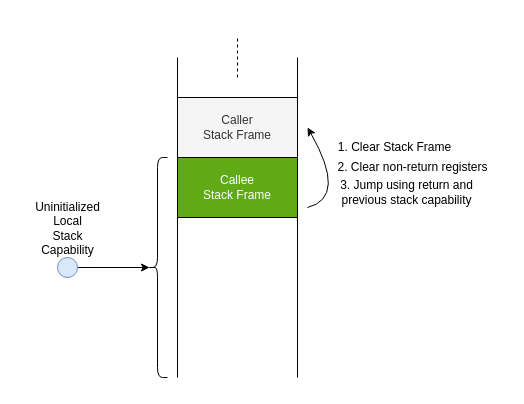
Above: drawio/secure-cc-explanation-4.drawio in capt-hb/thesis (draw.io), before the change. Source tidied: cells renumbered, new cells numbered last; positions are measured from the earlier drawing's top-left corner, leaving out a move shared by most shapes. Both pictures are drawn from the tidied source at 100%, with x=0, y=0 at pixel (17, 17).
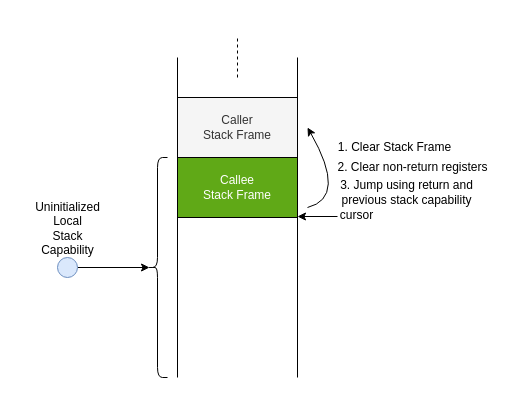
The same diagram, later.

What changed in the source:
```diff
@@
+    <mxCell id="16" style="endArrow=classic;html=1;fontSize=12;" parent="1" edge="1">
+      <mxGeometry relative="1" as="geometry">
+        <mxPoint x="320" y="199" as="sourcePoint" />
+        <mxPoint x="280" y="199" as="targetPoint" />
+      </mxGeometry>
+    </mxCell>
+    <mxCell id="17" value="cursor" style="edgeLabel;html=1;align=center;verticalAlign=middle;fontSize=12;" parent="16" vertex="1">
+      <mxGeometry x="-1" y="-6" relative="1" as="geometry">
+        <mxPoint x="18" y="4" as="offset" />
+      </mxGeometry>
+    </mxCell>
```
